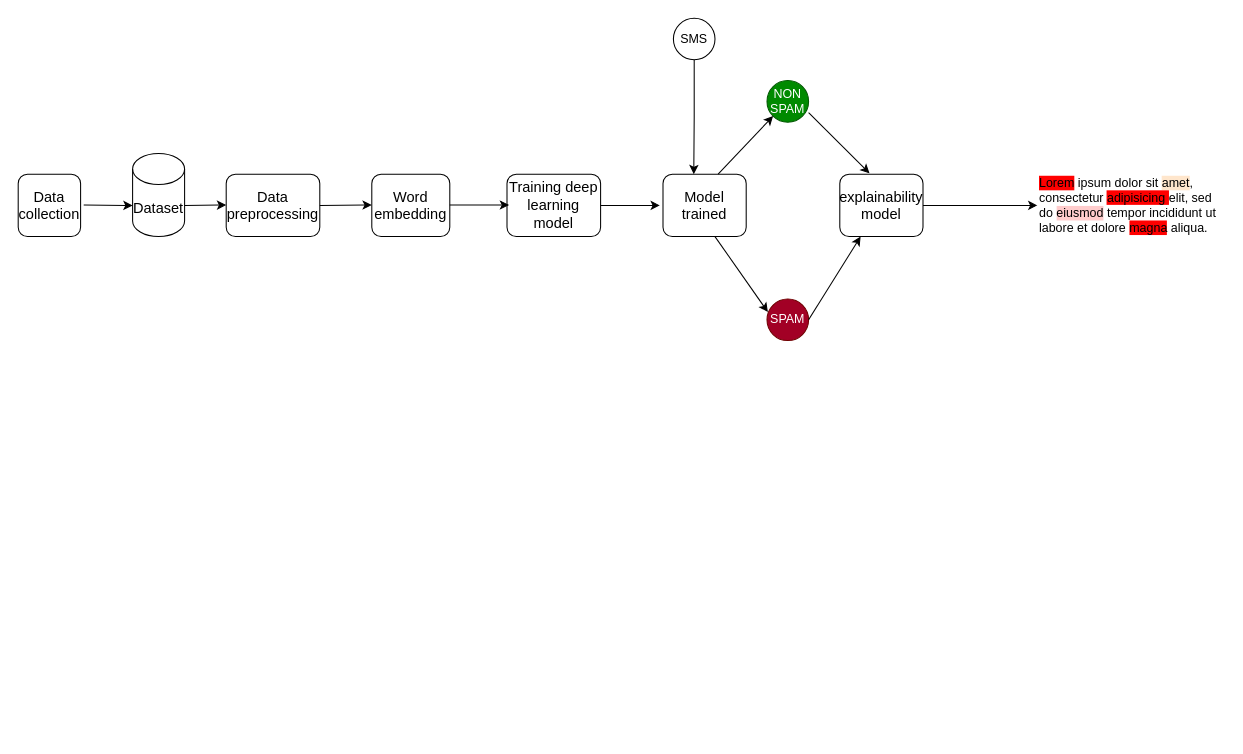
Above: Untitled Diagram.drawio in loicyoumbi9/agence_voyage (draw.io), before the change. Source tidied: cells renumbered, new cells numbered last; positions are measured from the earlier drawing's top-left corner, leaving out a move shared by most shapes. Both pictures are drawn from the tidied source at 104%, with x=0, y=0 at pixel (18, 18).
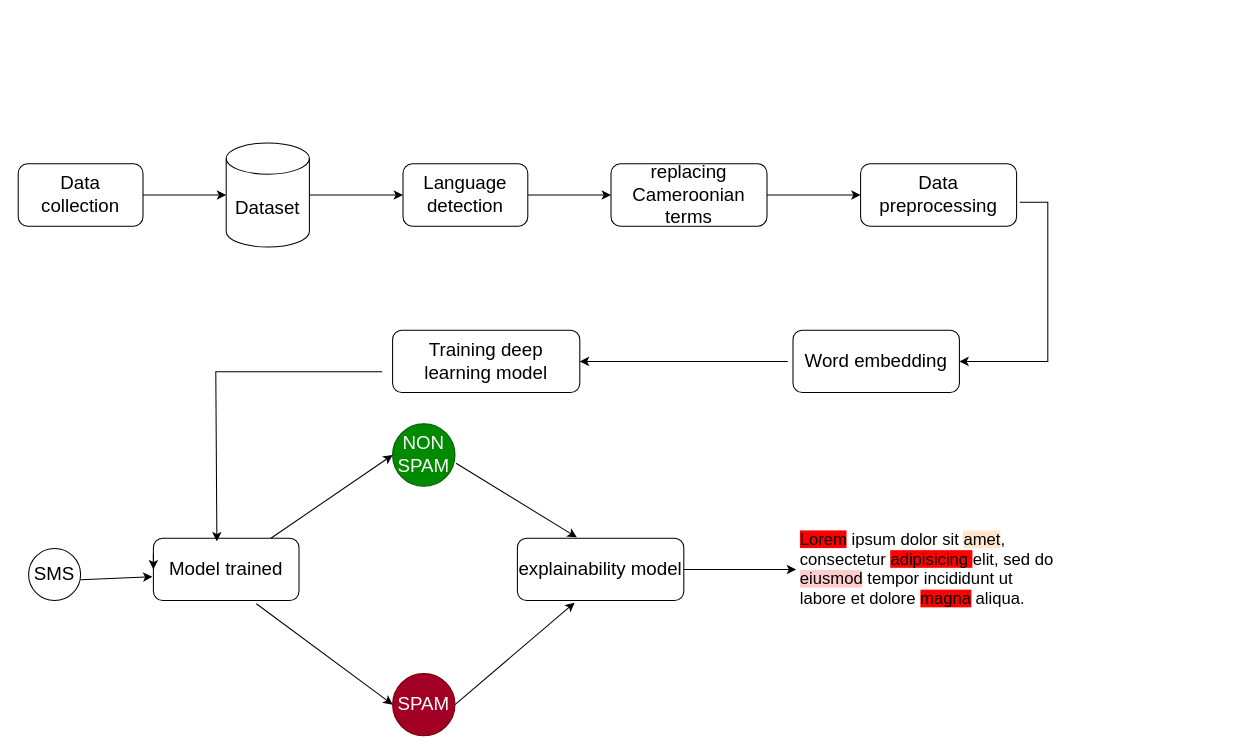
The same page after the edit.

The edit, as a diff of the source:
```diff
@@
+    <mxCell id="24" style="edgeStyle=orthogonalEdgeStyle;rounded=0;jettySize=auto;html=1;" parent="1" edge="1" source="2" target="3">
+      <mxGeometry relative="1" as="geometry" />
+    </mxCell>
-    <mxCell id="2" value="&lt;font style=&quot;font-size: 14px;&quot;&gt;Data collection&lt;/font&gt;" style="rounded=1;whiteSpace=wrap;html=1;" parent="1" vertex="1">
-      <mxGeometry y="150" width="60" height="60" as="geometry" />
+    <mxCell id="2" value="&lt;font style=&quot;font-size: 18px;&quot;&gt;Data collection&lt;/font&gt;" style="rounded=1;whiteSpace=wrap;html=1;" parent="1" vertex="1">
+      <mxGeometry y="140" width="120" height="60" as="geometry" />
     </mxCell>
-    <mxCell id="3" value="&lt;font style=&quot;font-size: 14px;&quot;&gt;Dataset&lt;/font&gt;" style="shape=cylinder3;whiteSpace=wrap;html=1;boundedLbl=1;backgroundOutline=1;size=15;" parent="1" vertex="1">
-      <mxGeometry x="110" y="130" width="50" height="80" as="geometry" />
-    </mxCell>
-    <mxCell id="4" value="&lt;font style=&quot;font-size: 14px;&quot;&gt;Data preprocessing&lt;/font&gt;" style="rounded=1;whiteSpace=wrap;html=1;" parent="1" vertex="1">
-      <mxGeometry x="200" y="150" width="90" height="60" as="geometry" />
+    <mxCell id="4" value="&lt;font style=&quot;font-size: 18px;&quot;&gt;Data preprocessing&lt;/font&gt;" style="rounded=1;whiteSpace=wrap;html=1;" parent="1" vertex="1">
+      <mxGeometry x="810" y="140" width="150" height="60" as="geometry" />
     </mxCell>
-    <mxCell id="5" value="&lt;font style=&quot;font-size: 14px;&quot;&gt;Word embedding&lt;/font&gt;" style="rounded=1;whiteSpace=wrap;html=1;" parent="1" vertex="1">
-      <mxGeometry x="340" y="150" width="75" height="60" as="geometry" />
+    <mxCell id="5" value="&lt;font style=&quot;font-size: 18px;&quot;&gt;Word embedding&lt;/font&gt;" style="rounded=1;whiteSpace=wrap;html=1;" parent="1" vertex="1">
+      <mxGeometry x="745" y="300" width="160" height="60" as="geometry" />
     </mxCell>
-    <mxCell id="6" value="&lt;font style=&quot;font-size: 14px;&quot;&gt;Training deep learning model&lt;/font&gt;" style="rounded=1;whiteSpace=wrap;html=1;" parent="1" vertex="1">
-      <mxGeometry x="470" y="150" width="90" height="60" as="geometry" />
+    <mxCell id="6" value="&lt;font style=&quot;font-size: 18px;&quot;&gt;Training deep learning model&lt;/font&gt;" style="rounded=1;whiteSpace=wrap;html=1;" parent="1" vertex="1">
+      <mxGeometry x="360" y="300" width="180" height="60" as="geometry" />
     </mxCell>
-    <mxCell id="7" value="&lt;font style=&quot;font-size: 14px;&quot;&gt;Model trained&lt;/font&gt;" style="rounded=1;whiteSpace=wrap;html=1;" parent="1" vertex="1">
-      <mxGeometry x="620" y="150" width="80" height="60" as="geometry" />
+    <mxCell id="7" value="&lt;font style=&quot;font-size: 18px;&quot;&gt;Model trained&lt;/font&gt;" style="rounded=1;whiteSpace=wrap;html=1;" parent="1" vertex="1">
+      <mxGeometry x="130" y="500" width="140" height="60" as="geometry" />
     </mxCell>
-    <mxCell id="8" value="SMS" style="ellipse;whiteSpace=wrap;html=1;" parent="1" vertex="1">
-      <mxGeometry x="630" width="40" height="40" as="geometry" />
+    <mxCell id="8" value="&lt;font style=&quot;font-size: 18px;&quot;&gt;SMS&lt;/font&gt;" style="ellipse;whiteSpace=wrap;html=1;" parent="1" vertex="1">
+      <mxGeometry x="10" y="510" width="50" height="50" as="geometry" />
     </mxCell>
-    <mxCell id="9" value="NON SPAM" style="ellipse;whiteSpace=wrap;html=1;fillColor=#008a00;fontColor=#ffffff;strokeColor=#005700;" parent="1" vertex="1">
-      <mxGeometry x="720" y="60" width="40" height="40" as="geometry" />
+    <mxCell id="9" value="&lt;font style=&quot;font-size: 18px;&quot;&gt;NON SPAM&lt;/font&gt;" style="ellipse;whiteSpace=wrap;html=1;fillColor=#008a00;fontColor=#ffffff;strokeColor=#005700;" parent="1" vertex="1">
+      <mxGeometry x="360" y="390" width="60" height="60" as="geometry" />
     </mxCell>
-    <mxCell id="10" value="SPAM" style="ellipse;whiteSpace=wrap;html=1;fillColor=#a20025;fontColor=#ffffff;strokeColor=#6F0000;" parent="1" vertex="1">
-      <mxGeometry x="720" y="270" width="40" height="40" as="geometry" />
-    </mxCell>
-    <mxCell id="11" value="&lt;font style=&quot;font-size: 14px;&quot;&gt;explainability model&lt;/font&gt;" style="rounded=1;whiteSpace=wrap;html=1;" parent="1" vertex="1">
-      <mxGeometry x="790" y="150" width="80" height="60" as="geometry" />
+    <mxCell id="11" value="&lt;font style=&quot;font-size: 18px;&quot;&gt;explainability model&lt;/font&gt;" style="rounded=1;whiteSpace=wrap;html=1;" parent="1" vertex="1">
+      <mxGeometry x="480" y="500" width="160" height="60" as="geometry" />
     </mxCell>
-    <mxCell id="12" value="&lt;h1 style=&quot;margin-top: 0px;&quot;&gt;&lt;br&gt;&lt;/h1&gt;&lt;p&gt;&lt;span style=&quot;background-color: rgb(255, 0, 0);&quot;&gt;Lorem&lt;/span&gt;&lt;font color=&quot;#ff8080&quot;&gt; &lt;/font&gt;ipsum dolor sit &lt;span style=&quot;background-color: rgb(255, 230, 204);&quot;&gt;amet&lt;/span&gt;, consectetur &lt;span style=&quot;background-color: rgb(255, 0, 0);&quot;&gt;adipisicing &lt;/span&gt;elit, sed do &lt;span style=&quot;background-color: rgb(255, 204, 204);&quot;&gt;eiusmod&lt;/span&gt; tempor incididunt ut labore et dolore &lt;span style=&quot;background-color: rgb(255, 0, 0);&quot;&gt;magna&lt;/span&gt; aliqua.&lt;/p&gt;" style="text;html=1;whiteSpace=wrap;overflow=hidden;rounded=0;" parent="1" vertex="1">
-      <mxGeometry x="980" y="100" width="180" height="120" as="geometry" />
+    <mxCell id="12" value="&lt;h1 style=&quot;margin-top: 0px;&quot;&gt;&lt;font style=&quot;font-size: 18px;&quot;&gt;&lt;br&gt;&lt;/font&gt;&lt;/h1&gt;&lt;p&gt;&lt;font size=&quot;3&quot;&gt;&lt;span style=&quot;background-color: rgb(255, 0, 0);&quot;&gt;Lorem&lt;/span&gt;&lt;font color=&quot;#ff8080&quot;&gt; &lt;/font&gt;ipsum dolor sit &lt;span style=&quot;background-color: rgb(255, 230, 204);&quot;&gt;amet&lt;/span&gt;, consectetur &lt;span style=&quot;background-color: rgb(255, 0, 0);&quot;&gt;adipisicing &lt;/span&gt;elit, sed do &lt;span style=&quot;background-color: rgb(255, 204, 204);&quot;&gt;eiusmod&lt;/span&gt; tempor incididunt ut labore et dolore &lt;span style=&quot;background-color: rgb(255, 0, 0);&quot;&gt;magna&lt;/span&gt; aliqua.&lt;/font&gt;&lt;/p&gt;" style="text;html=1;whiteSpace=wrap;overflow=hidden;rounded=0;" parent="1" vertex="1">
+      <mxGeometry x="750" y="440" width="250" height="160" as="geometry" />
     </mxCell>
-    <mxCell id="13" style="endArrow=classic;html=1;rounded=0;exitX=1.05;exitY=0.375;exitDx=0;exitDy=0;exitPerimeter=0;" parent="1" edge="1">
-      <mxGeometry relative="1" as="geometry">
-        <mxPoint x="63" y="179.6" as="sourcePoint" />
-        <mxPoint x="110" y="180.1" as="targetPoint" />
-      </mxGeometry>
-    </mxCell>
-    <mxCell id="14" style="endArrow=classic;html=1;rounded=0;" parent="1" edge="1">
-      <mxGeometry relative="1" as="geometry">
-        <mxPoint x="160" y="180" as="sourcePoint" />
-        <mxPoint x="200" y="179.6" as="targetPoint" />
-      </mxGeometry>
-    </mxCell>
-    <mxCell id="15" style="endArrow=classic;html=1;rounded=0;" parent="1" edge="1">
-      <mxGeometry relative="1" as="geometry">
-        <mxPoint x="290" y="180" as="sourcePoint" />
-        <mxPoint x="340" y="179.6" as="targetPoint" />
-      </mxGeometry>
-    </mxCell>
-    <mxCell id="16" style="endArrow=classic;html=1;rounded=0;exitX=1.05;exitY=0.375;exitDx=0;exitDy=0;exitPerimeter=0;" parent="1" edge="1">
-      <mxGeometry relative="1" as="geometry">
-        <mxPoint x="415" y="179.6" as="sourcePoint" />
-        <mxPoint x="472" y="179.6" as="targetPoint" />
-      </mxGeometry>
-    </mxCell>
-    <mxCell id="17" style="endArrow=classic;html=1;rounded=0;exitX=1.05;exitY=0.375;exitDx=0;exitDy=0;exitPerimeter=0;" parent="1" edge="1">
-      <mxGeometry relative="1" as="geometry">
-        <mxPoint x="560" y="180" as="sourcePoint" />
-        <mxPoint x="617" y="180" as="targetPoint" />
-      </mxGeometry>
-    </mxCell>
-    <mxCell id="18" style="endArrow=classic;html=1;rounded=0;exitX=1;exitY=0.5;exitDx=0;exitDy=0;" parent="1" edge="1" source="11">
-      <mxGeometry relative="1" as="geometry">
-        <mxPoint x="980" y="180" as="targetPoint" />
-      </mxGeometry>
-    </mxCell>
-    <mxCell id="19" style="endArrow=classic;html=1;rounded=0;exitX=0.625;exitY=1;exitDx=0;exitDy=0;exitPerimeter=0;entryX=0.021;entryY=0.313;entryDx=0;entryDy=0;entryPerimeter=0;" parent="1" edge="1" source="7" target="10">
+    <mxCell id="19" style="endArrow=classic;html=1;rounded=0;exitX=0.707;exitY=1.05;exitDx=0;exitDy=0;exitPerimeter=0;entryX=0;entryY=0.5;entryDx=0;entryDy=0;" parent="1" edge="1" source="7" target="10">
       <mxGeometry relative="1" as="geometry" />
     </mxCell>
-    <mxCell id="20" style="endArrow=classic;html=1;rounded=0;exitX=1;exitY=0.771;exitDx=0;exitDy=0;exitPerimeter=0;entryX=0.357;entryY=-0.014;entryDx=0;entryDy=0;entryPerimeter=0;" parent="1" edge="1" source="9" target="11">
+    <mxCell id="20" style="endArrow=classic;html=1;rounded=0;exitX=1.017;exitY=0.633;exitDx=0;exitDy=0;exitPerimeter=0;entryX=0.357;entryY=-0.014;entryDx=0;entryDy=0;entryPerimeter=0;" parent="1" edge="1" source="9" target="11">
       <mxGeometry relative="1" as="geometry" />
     </mxCell>
-    <mxCell id="21" style="endArrow=classic;html=1;rounded=0;entryX=0.25;entryY=1;entryDx=0;entryDy=0;exitX=1;exitY=0.5;exitDx=0;exitDy=0;" parent="1" edge="1" source="10" target="11">
+    <mxCell id="21" style="endArrow=classic;html=1;rounded=0;entryX=0.344;entryY=1.033;entryDx=0;entryDy=0;exitX=1;exitY=0.5;exitDx=0;exitDy=0;entryPerimeter=0;" parent="1" edge="1" source="10" target="11">
       <mxGeometry relative="1" as="geometry" />
     </mxCell>
-    <mxCell id="22" style="endArrow=classic;html=1;rounded=0;exitX=1.05;exitY=0.375;exitDx=0;exitDy=0;exitPerimeter=0;entryX=0;entryY=1;entryDx=0;entryDy=0;" parent="1" edge="1" target="9">
+    <mxCell id="22" style="endArrow=classic;html=1;rounded=0;exitX=1.05;exitY=0.375;exitDx=0;exitDy=0;exitPerimeter=0;entryX=0;entryY=0.5;entryDx=0;entryDy=0;" parent="1" edge="1" target="9">
       <mxGeometry relative="1" as="geometry">
-        <mxPoint x="673" y="150" as="sourcePoint" />
+        <mxPoint x="243" y="500" as="sourcePoint" />
       </mxGeometry>
     </mxCell>
-    <mxCell id="23" style="edgeStyle=orthogonalEdgeStyle;rounded=0;jettySize=auto;html=1;exitX=0.5;exitY=1;exitDx=0;exitDy=0;" parent="1" edge="1" source="8">
-      <mxGeometry relative="1" as="geometry">
-        <mxPoint x="649.6" y="150" as="targetPoint" />
-      </mxGeometry>
-    </mxCell>
+    <mxCell id="25" style="edgeStyle=orthogonalEdgeStyle;rounded=0;orthogonalLoop=1;jettySize=auto;html=1;exitX=0;exitY=0.25;exitDx=0;exitDy=0;entryX=0;entryY=0.5;entryDx=0;entryDy=0;" parent="1" edge="1" source="7" target="7">
+      <mxGeometry relative="1" as="geometry" />
+    </mxCell>
+    <mxCell id="10" value="&lt;font style=&quot;font-size: 18px;&quot;&gt;SPAM&lt;/font&gt;" style="ellipse;whiteSpace=wrap;html=1;fillColor=#a20025;fontColor=#ffffff;strokeColor=#6F0000;" parent="1" vertex="1">
+      <mxGeometry x="360" y="630" width="60" height="60" as="geometry" />
+    </mxCell>
+    <mxCell id="26" style="edgeStyle=orthogonalEdgeStyle;rounded=0;jettySize=auto;html=1;entryX=-0.008;entryY=0.563;entryDx=0;entryDy=0;entryPerimeter=0;" parent="1" edge="1" source="11" target="12">
+      <mxGeometry relative="1" as="geometry" />
+    </mxCell>
+    <mxCell id="27" style="edgeStyle=orthogonalEdgeStyle;rounded=0;jettySize=auto;html=1;entryX=0;entryY=0.5;entryDx=0;entryDy=0;" parent="1" edge="1" source="3" target="29">
+      <mxGeometry relative="1" as="geometry" />
+    </mxCell>
+    <mxCell id="3" value="&lt;font style=&quot;font-size: 18px;&quot;&gt;Dataset&lt;/font&gt;" style="shape=cylinder3;whiteSpace=wrap;html=1;boundedLbl=1;backgroundOutline=1;size=15;" parent="1" vertex="1">
+      <mxGeometry x="200" y="120" width="80" height="100" as="geometry" />
+    </mxCell>
+    <mxCell id="28" style="edgeStyle=orthogonalEdgeStyle;rounded=0;jettySize=auto;html=1;" parent="1" edge="1" source="29" target="31">
+      <mxGeometry relative="1" as="geometry" />
+    </mxCell>
+    <mxCell id="29" value="&lt;font style=&quot;font-size: 18px;&quot;&gt;Language detection&lt;/font&gt;" style="rounded=1;whiteSpace=wrap;html=1;" parent="1" vertex="1">
+      <mxGeometry x="370" y="140" width="120" height="60" as="geometry" />
+    </mxCell>
+    <mxCell id="30" style="edgeStyle=orthogonalEdgeStyle;rounded=0;jettySize=auto;html=1;entryX=0;entryY=0.5;entryDx=0;entryDy=0;" parent="1" edge="1" source="31" target="4">
+      <mxGeometry relative="1" as="geometry" />
+    </mxCell>
+    <mxCell id="31" value="&lt;font style=&quot;font-size: 18px;&quot;&gt;replacing Cameroonian terms&lt;/font&gt;" style="whiteSpace=wrap;html=1;rounded=1;" parent="1" vertex="1">
+      <mxGeometry x="570" y="140" width="150" height="60" as="geometry" />
+    </mxCell>
+    <mxCell id="32" style="endArrow=classic;html=1;rounded=0;entryX=1;entryY=0.5;entryDx=0;entryDy=0;entryPerimeter=0;" parent="1" edge="1" target="6">
+      <mxGeometry relative="1" as="geometry">
+        <mxPoint x="740" y="330" as="sourcePoint" />
+      </mxGeometry>
+    </mxCell>
+    <mxCell id="33" style="endArrow=classic;html=1;rounded=0;exitX=1.02;exitY=0.617;exitDx=0;exitDy=0;exitPerimeter=0;entryX=1;entryY=0.5;entryDx=0;entryDy=0;" parent="1" edge="1" source="4" target="5">
+      <mxGeometry relative="1" as="geometry">
+        <Array as="points">
+          <mxPoint x="990" y="177" />
+          <mxPoint x="990" y="330" />
+        </Array>
+      </mxGeometry>
+    </mxCell>
+    <mxCell id="34" style="endArrow=classic;html=1;rounded=0;entryX=0.436;entryY=0.05;entryDx=0;entryDy=0;entryPerimeter=0;" parent="1" edge="1" target="7">
+      <mxGeometry relative="1" as="geometry">
+        <mxPoint x="350" y="340" as="sourcePoint" />
+        <Array as="points">
+          <mxPoint x="190" y="340" />
+        </Array>
+      </mxGeometry>
+    </mxCell>
+    <mxCell id="35" style="endArrow=classic;html=1;rounded=0;entryX=-0.007;entryY=0.617;entryDx=0;entryDy=0;entryPerimeter=0;" parent="1" edge="1" target="7">
+      <mxGeometry relative="1" as="geometry">
+        <mxPoint x="60" y="540" as="sourcePoint" />
+      </mxGeometry>
+    </mxCell>
```
